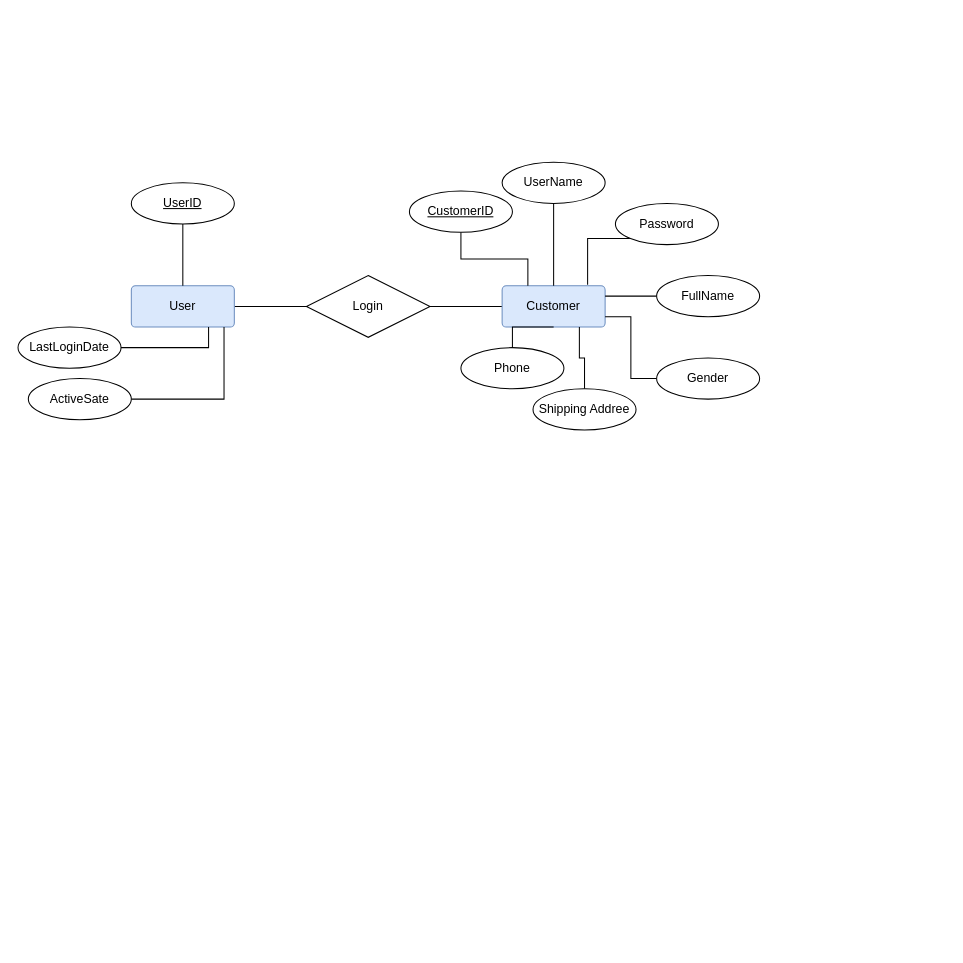
This is Untitled Diagram.drawio from zeinab-hajhosseini/Online-shop-ERD, a draw.io file, before an edit. Source tidied: cells renumbered, new cells numbered last; positions are measured from the earlier drawing's top-left corner, leaving out a move shared by most shapes. Both pictures are drawn from the tidied source at 103%, with x=0, y=0 at pixel (18, 162).
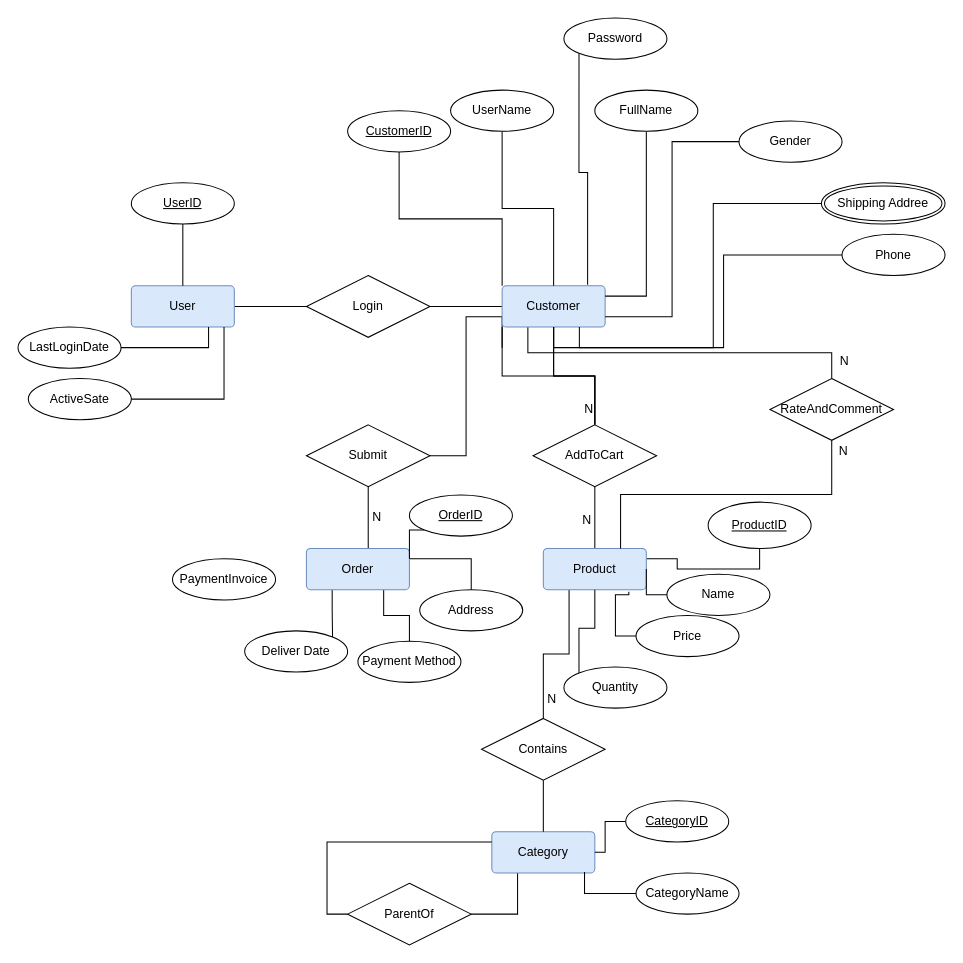
The same diagram, later.

The change refers to these unchanged cells:
```xml
<mxCell id="3" value="Customer" style="rounded=1;arcSize=10;whiteSpace=wrap;html=1;align=center;fillColor=#dae8fc;strokeColor=#6c8ebf;" parent="1" vertex="1">
  <mxGeometry x="470" y="120" width="100" height="40" as="geometry" />
</mxCell>
```

The edit, as a diff of the source:
```diff
@@
+    <mxCell id="27" style="edgeStyle=orthogonalEdgeStyle;rounded=0;jettySize=auto;html=1;exitX=0.5;exitY=1;exitDx=0;exitDy=0;entryX=0;entryY=0.5;entryDx=0;entryDy=0;endArrow=none;endFill=0;" parent="1" edge="1" source="3" target="26">
+      <mxGeometry relative="1" as="geometry" />
+    </mxCell>
+    <mxCell id="28" style="edgeStyle=orthogonalEdgeStyle;rounded=0;jettySize=auto;html=1;exitX=0;exitY=1;exitDx=0;exitDy=0;entryX=0.5;entryY=0;entryDx=0;entryDy=0;endArrow=none;endFill=0;" parent="1" edge="1" source="3" target="36">
+      <mxGeometry relative="1" as="geometry" />
+    </mxCell>
+    <mxCell id="29" style="edgeStyle=orthogonalEdgeStyle;rounded=0;jettySize=auto;html=1;exitX=0;exitY=0.75;exitDx=0;exitDy=0;endArrow=none;endFill=0;" parent="1" edge="1" source="3">
+      <mxGeometry relative="1" as="geometry">
+        <mxPoint x="470" y="180" as="targetPoint" />
+      </mxGeometry>
+    </mxCell>
+    <mxCell id="30" style="edgeStyle=orthogonalEdgeStyle;rounded=0;jettySize=auto;html=1;exitX=0;exitY=0;exitDx=0;exitDy=0;entryX=0.5;entryY=1;entryDx=0;entryDy=0;endArrow=none;endFill=0;" parent="1" edge="1" source="3" target="14">
+      <mxGeometry relative="1" as="geometry" />
+    </mxCell>
+    <mxCell id="31" style="edgeStyle=orthogonalEdgeStyle;rounded=0;jettySize=auto;html=1;exitX=0;exitY=0.75;exitDx=0;exitDy=0;entryX=1;entryY=0.5;entryDx=0;entryDy=0;endArrow=none;endFill=0;" parent="1" edge="1" source="3" target="50">
+      <mxGeometry relative="1" as="geometry" />
+    </mxCell>
+    <mxCell id="32" style="edgeStyle=orthogonalEdgeStyle;rounded=0;jettySize=auto;html=1;exitX=0.25;exitY=1;exitDx=0;exitDy=0;entryX=0.5;entryY=0;entryDx=0;entryDy=0;endArrow=none;endFill=0;" parent="1" edge="1" source="3" target="72">
+      <mxGeometry relative="1" as="geometry" />
+    </mxCell>
@@
-    <mxCell id="13" style="edgeStyle=orthogonalEdgeStyle;rounded=0;jettySize=auto;html=1;exitX=0.5;exitY=1;exitDx=0;exitDy=0;entryX=0.25;entryY=0;entryDx=0;entryDy=0;endArrow=none;endFill=0;" parent="1" edge="1" source="14" target="3">
-      <mxGeometry relative="1" as="geometry" />
-    </mxCell>
     <mxCell id="14" value="CustomerID" style="ellipse;whiteSpace=wrap;html=1;align=center;fontStyle=4;" parent="1" vertex="1">
-      <mxGeometry x="380" y="28" width="100" height="40" as="geometry" />
+      <mxGeometry x="320" y="-50" width="100" height="40" as="geometry" />
     </mxCell>
@@
     <mxCell id="16" value="UserName" style="ellipse;whiteSpace=wrap;html=1;align=center;" parent="1" vertex="1">
-      <mxGeometry x="470" width="100" height="40" as="geometry" />
+      <mxGeometry x="420" y="-70" width="100" height="40" as="geometry" />
     </mxCell>
@@
     <mxCell id="18" value="Password" style="ellipse;whiteSpace=wrap;html=1;align=center;" parent="1" vertex="1">
-      <mxGeometry x="580" y="40" width="100" height="40" as="geometry" />
+      <mxGeometry x="530" y="-140" width="100" height="40" as="geometry" />
     </mxCell>
@@
     <mxCell id="20" value="FullName" style="ellipse;whiteSpace=wrap;html=1;align=center;" parent="1" vertex="1">
-      <mxGeometry x="620" y="110" width="100" height="40" as="geometry" />
+      <mxGeometry x="560" y="-70" width="100" height="40" as="geometry" />
     </mxCell>
@@
     <mxCell id="22" value="Gender" style="ellipse;whiteSpace=wrap;html=1;align=center;fontStyle=0;" parent="1" vertex="1">
-      <mxGeometry x="620" y="190" width="100" height="40" as="geometry" />
+      <mxGeometry x="700" y="-40" width="100" height="40" as="geometry" />
     </mxCell>
+    <mxCell id="26" value="Phone" style="ellipse;whiteSpace=wrap;html=1;align=center;fontStyle=0;" parent="1" vertex="1">
+      <mxGeometry x="800" y="70" width="100" height="40" as="geometry" />
+    </mxCell>
+    <mxCell id="33" style="edgeStyle=orthogonalEdgeStyle;rounded=0;jettySize=auto;html=1;exitX=0.5;exitY=1;exitDx=0;exitDy=0;entryX=0.5;entryY=0;entryDx=0;entryDy=0;endArrow=none;endFill=0;" parent="1" edge="1" source="36" target="39">
+      <mxGeometry relative="1" as="geometry" />
+    </mxCell>
+    <mxCell id="34" style="edgeStyle=orthogonalEdgeStyle;rounded=0;jettySize=auto;html=1;endArrow=none;endFill=0;" parent="1" edge="1" source="36" target="3">
+      <mxGeometry relative="1" as="geometry" />
+    </mxCell>
+    <mxCell id="35" style="edgeStyle=orthogonalEdgeStyle;rounded=0;jettySize=auto;html=1;endArrow=none;endFill=0;" parent="1" edge="1" source="36" target="3">
+      <mxGeometry relative="1" as="geometry" />
+    </mxCell>
+    <mxCell id="36" value="AddToCart" style="shape=rhombus;perimeter=rhombusPerimeter;whiteSpace=wrap;html=1;align=center;" parent="1" vertex="1">
+      <mxGeometry x="500" y="255" width="120" height="60" as="geometry" />
+    </mxCell>
-    <mxCell id="23" style="edgeStyle=orthogonalEdgeStyle;rounded=0;jettySize=auto;html=1;entryX=0.75;entryY=1;entryDx=0;entryDy=0;endArrow=none;endFill=0;" parent="1" edge="1" source="24" target="3">
+    <mxCell id="23" style="edgeStyle=orthogonalEdgeStyle;rounded=0;jettySize=auto;html=1;exitX=0;exitY=0.5;exitDx=0;exitDy=0;entryX=0.75;entryY=1;entryDx=0;entryDy=0;endArrow=none;endFill=0;" parent="1" edge="1" source="24" target="3">
       <mxGeometry relative="1" as="geometry" />
     </mxCell>
-    <mxCell id="24" value="Shipping Addree" style="ellipse;whiteSpace=wrap;html=1;align=center;fontStyle=0;" parent="1" vertex="1">
-      <mxGeometry x="500" y="220" width="100" height="40" as="geometry" />
+    <mxCell id="24" value="Shipping Addree" style="ellipse;shape=doubleEllipse;margin=3;whiteSpace=wrap;html=1;align=center;" parent="1" vertex="1">
+      <mxGeometry x="780" y="20" width="120" height="40" as="geometry" />
     </mxCell>
-    <mxCell id="25" style="edgeStyle=orthogonalEdgeStyle;rounded=0;jettySize=auto;html=1;exitX=0.5;exitY=0;exitDx=0;exitDy=0;endArrow=none;endFill=0;" parent="1" edge="1" source="26" target="3">
-      <mxGeometry relative="1" as="geometry" />
-    </mxCell>
-    <mxCell id="26" value="Phone" style="ellipse;whiteSpace=wrap;html=1;align=center;fontStyle=0;" parent="1" vertex="1">
-      <mxGeometry x="430" y="180" width="100" height="40" as="geometry" />
-    </mxCell>
+    <mxCell id="37" style="edgeStyle=orthogonalEdgeStyle;rounded=0;jettySize=auto;html=1;exitX=0.25;exitY=1;exitDx=0;exitDy=0;endArrow=none;endFill=0;" parent="1" edge="1" source="39" target="65">
+      <mxGeometry relative="1" as="geometry" />
+    </mxCell>
+    <mxCell id="38" style="edgeStyle=orthogonalEdgeStyle;rounded=0;jettySize=auto;html=1;exitX=1;exitY=0.25;exitDx=0;exitDy=0;entryX=0.5;entryY=1;entryDx=0;entryDy=0;endArrow=none;endFill=0;" parent="1" edge="1" source="39" target="42">
+      <mxGeometry relative="1" as="geometry" />
+    </mxCell>
+    <mxCell id="39" value="Product" style="rounded=1;arcSize=10;whiteSpace=wrap;html=1;align=center;fillColor=#dae8fc;strokeColor=#6c8ebf;" parent="1" vertex="1">
+      <mxGeometry x="510" y="375" width="100" height="40" as="geometry" />
+    </mxCell>
+    <mxCell id="40" value="N" style="html=1;align=right;verticalAlign=bottom;" parent="1" vertex="1">
+      <mxGeometry x="550" y="355" as="geometry">
+        <mxPoint x="7" y="1" as="offset" />
+      </mxGeometry>
+    </mxCell>
+    <mxCell id="41" value="N" style="html=1;align=right;verticalAlign=bottom;" parent="1" vertex="1">
+      <mxGeometry x="360" y="343" as="geometry">
+        <mxPoint x="-7" y="10" as="offset" />
+      </mxGeometry>
+    </mxCell>
+    <mxCell id="42" value="ProductID" style="ellipse;whiteSpace=wrap;html=1;align=center;fontStyle=4;" parent="1" vertex="1">
+      <mxGeometry x="670" y="330" width="100" height="45" as="geometry" />
+    </mxCell>
+    <mxCell id="43" style="edgeStyle=orthogonalEdgeStyle;rounded=0;jettySize=auto;html=1;exitX=0;exitY=0.5;exitDx=0;exitDy=0;entryX=1;entryY=0.5;entryDx=0;entryDy=0;endArrow=none;endFill=0;" parent="1" edge="1" source="44" target="39">
+      <mxGeometry relative="1" as="geometry" />
+    </mxCell>
+    <mxCell id="44" value="Name" style="ellipse;whiteSpace=wrap;html=1;align=center;" parent="1" vertex="1">
+      <mxGeometry x="630" y="400" width="100" height="40" as="geometry" />
+    </mxCell>
+    <mxCell id="45" style="edgeStyle=orthogonalEdgeStyle;rounded=0;jettySize=auto;html=1;exitX=0;exitY=0.5;exitDx=0;exitDy=0;entryX=0.83;entryY=1.05;entryDx=0;entryDy=0;entryPerimeter=0;endArrow=none;endFill=0;" parent="1" edge="1" source="46" target="39">
+      <mxGeometry relative="1" as="geometry" />
+    </mxCell>
+    <mxCell id="46" value="Price" style="ellipse;whiteSpace=wrap;html=1;align=center;" parent="1" vertex="1">
+      <mxGeometry x="600" y="440" width="100" height="40" as="geometry" />
+    </mxCell>
+    <mxCell id="47" style="edgeStyle=orthogonalEdgeStyle;rounded=0;jettySize=auto;html=1;exitX=0;exitY=0;exitDx=0;exitDy=0;endArrow=none;endFill=0;" parent="1" edge="1" source="48" target="39">
+      <mxGeometry relative="1" as="geometry" />
+    </mxCell>
+    <mxCell id="48" value="Quantity" style="ellipse;whiteSpace=wrap;html=1;align=center;" parent="1" vertex="1">
+      <mxGeometry x="530" y="490" width="100" height="40" as="geometry" />
+    </mxCell>
+    <mxCell id="49" style="edgeStyle=orthogonalEdgeStyle;rounded=0;jettySize=auto;html=1;exitX=0.5;exitY=1;exitDx=0;exitDy=0;entryX=0.6;entryY=0.025;entryDx=0;entryDy=0;entryPerimeter=0;endArrow=none;endFill=0;" parent="1" edge="1" source="50" target="54">
+      <mxGeometry relative="1" as="geometry" />
+    </mxCell>
+    <mxCell id="50" value="Submit" style="shape=rhombus;perimeter=rhombusPerimeter;whiteSpace=wrap;html=1;align=center;" parent="1" vertex="1">
+      <mxGeometry x="280" y="255" width="120" height="60" as="geometry" />
+    </mxCell>
+    <mxCell id="51" style="edgeStyle=orthogonalEdgeStyle;rounded=0;jettySize=auto;html=1;exitX=1;exitY=0.25;exitDx=0;exitDy=0;entryX=0.5;entryY=0;entryDx=0;entryDy=0;endArrow=none;endFill=0;" parent="1" edge="1" source="54" target="58">
+      <mxGeometry relative="1" as="geometry" />
+    </mxCell>
+    <mxCell id="52" style="edgeStyle=orthogonalEdgeStyle;rounded=0;jettySize=auto;html=1;exitX=0.75;exitY=1;exitDx=0;exitDy=0;entryX=0.5;entryY=0;entryDx=0;entryDy=0;endArrow=none;endFill=0;" parent="1" edge="1" source="54" target="59">
+      <mxGeometry relative="1" as="geometry" />
+    </mxCell>
+    <mxCell id="53" style="edgeStyle=orthogonalEdgeStyle;rounded=0;jettySize=auto;html=1;exitX=0.25;exitY=1;exitDx=0;exitDy=0;entryX=1;entryY=0;entryDx=0;entryDy=0;endArrow=none;endFill=0;" parent="1" edge="1" source="54" target="60">
+      <mxGeometry relative="1" as="geometry" />
+    </mxCell>
+    <mxCell id="54" value="Order" style="rounded=1;arcSize=10;whiteSpace=wrap;html=1;align=center;fillColor=#dae8fc;strokeColor=#6c8ebf;" parent="1" vertex="1">
+      <mxGeometry x="280" y="375" width="100" height="40" as="geometry" />
+    </mxCell>
+    <mxCell id="55" value="N" style="html=1;align=right;verticalAlign=bottom;" parent="1" vertex="1">
+      <mxGeometry x="550" y="240" as="geometry">
+        <mxPoint x="9" y="8" as="offset" />
+      </mxGeometry>
+    </mxCell>
+    <mxCell id="56" style="edgeStyle=orthogonalEdgeStyle;rounded=0;jettySize=auto;html=1;exitX=0;exitY=1;exitDx=0;exitDy=0;entryX=1;entryY=0.25;entryDx=0;entryDy=0;endArrow=none;endFill=0;" parent="1" edge="1" source="57" target="54">
+      <mxGeometry relative="1" as="geometry" />
+    </mxCell>
+    <mxCell id="57" value="OrderID" style="ellipse;whiteSpace=wrap;html=1;align=center;fontStyle=4;" parent="1" vertex="1">
+      <mxGeometry x="380" y="323" width="100" height="40" as="geometry" />
+    </mxCell>
+    <mxCell id="58" value="Address" style="ellipse;whiteSpace=wrap;html=1;align=center;" parent="1" vertex="1">
+      <mxGeometry x="390" y="415" width="100" height="40" as="geometry" />
+    </mxCell>
+    <mxCell id="59" value="Payment Method" style="ellipse;whiteSpace=wrap;html=1;align=center;" parent="1" vertex="1">
+      <mxGeometry x="330" y="465" width="100" height="40" as="geometry" />
+    </mxCell>
+    <mxCell id="60" value="&lt;div&gt;Deliver Date&lt;/div&gt;" style="ellipse;whiteSpace=wrap;html=1;align=center;" parent="1" vertex="1">
+      <mxGeometry x="220" y="455" width="100" height="40" as="geometry" />
+    </mxCell>
+    <mxCell id="61" value="PaymentInvoice" style="ellipse;whiteSpace=wrap;html=1;align=center;" parent="1" vertex="1">
+      <mxGeometry x="150" y="385" width="100" height="40" as="geometry" />
+    </mxCell>
+    <mxCell id="62" style="edgeStyle=orthogonalEdgeStyle;rounded=0;jettySize=auto;html=1;exitX=0.25;exitY=1;exitDx=0;exitDy=0;entryX=1;entryY=0.5;entryDx=0;entryDy=0;endArrow=none;endFill=0;" parent="1" edge="1" source="63" target="76">
+      <mxGeometry relative="1" as="geometry" />
+    </mxCell>
+    <mxCell id="63" value="Category" style="rounded=1;arcSize=10;whiteSpace=wrap;html=1;align=center;fillColor=#dae8fc;strokeColor=#6c8ebf;" parent="1" vertex="1">
+      <mxGeometry x="460" y="650" width="100" height="40" as="geometry" />
+    </mxCell>
+    <mxCell id="64" style="edgeStyle=orthogonalEdgeStyle;rounded=0;jettySize=auto;html=1;exitX=0.5;exitY=1;exitDx=0;exitDy=0;entryX=0.5;entryY=0;entryDx=0;entryDy=0;endArrow=none;endFill=0;" parent="1" edge="1" source="65" target="63">
+      <mxGeometry relative="1" as="geometry" />
+    </mxCell>
+    <mxCell id="65" value="Contains" style="shape=rhombus;perimeter=rhombusPerimeter;whiteSpace=wrap;html=1;align=center;" parent="1" vertex="1">
+      <mxGeometry x="450" y="540" width="120" height="60" as="geometry" />
+    </mxCell>
+    <mxCell id="66" value="N" style="html=1;align=right;verticalAlign=bottom;" parent="1" vertex="1">
+      <mxGeometry x="530" y="520" as="geometry">
+        <mxPoint x="-7" y="10" as="offset" />
+      </mxGeometry>
+    </mxCell>
+    <mxCell id="67" style="edgeStyle=orthogonalEdgeStyle;rounded=0;jettySize=auto;html=1;exitX=0;exitY=0.5;exitDx=0;exitDy=0;entryX=1;entryY=0.5;entryDx=0;entryDy=0;endArrow=none;endFill=0;" parent="1" edge="1" source="68" target="63">
+      <mxGeometry relative="1" as="geometry" />
+    </mxCell>
+    <mxCell id="68" value="CategoryID" style="ellipse;whiteSpace=wrap;html=1;align=center;fontStyle=4;" parent="1" vertex="1">
+      <mxGeometry x="590" y="620" width="100" height="40" as="geometry" />
+    </mxCell>
+    <mxCell id="69" style="edgeStyle=orthogonalEdgeStyle;rounded=0;jettySize=auto;html=1;exitX=0;exitY=0.5;exitDx=0;exitDy=0;entryX=0.9;entryY=0.975;entryDx=0;entryDy=0;entryPerimeter=0;endArrow=none;endFill=0;" parent="1" edge="1" source="70" target="63">
+      <mxGeometry relative="1" as="geometry" />
+    </mxCell>
+    <mxCell id="70" value="&lt;div&gt;CategoryName&lt;/div&gt;" style="ellipse;whiteSpace=wrap;html=1;align=center;" parent="1" vertex="1">
+      <mxGeometry x="600" y="690" width="100" height="40" as="geometry" />
+    </mxCell>
+    <mxCell id="71" style="edgeStyle=orthogonalEdgeStyle;rounded=0;jettySize=auto;html=1;exitX=0.5;exitY=1;exitDx=0;exitDy=0;entryX=0.75;entryY=0;entryDx=0;entryDy=0;endArrow=none;endFill=0;" parent="1" edge="1" source="72" target="39">
+      <mxGeometry relative="1" as="geometry" />
+    </mxCell>
+    <mxCell id="72" value="RateAndComment" style="shape=rhombus;perimeter=rhombusPerimeter;whiteSpace=wrap;html=1;align=center;" parent="1" vertex="1">
+      <mxGeometry x="730" y="210" width="120" height="60" as="geometry" />
+    </mxCell>
+    <mxCell id="73" value="N" style="html=1;align=right;verticalAlign=bottom;" parent="1" vertex="1">
+      <mxGeometry x="800" y="200" as="geometry">
+        <mxPoint x="7" y="1" as="offset" />
+      </mxGeometry>
+    </mxCell>
+    <mxCell id="74" value="N" style="html=1;align=right;verticalAlign=bottom;" parent="1" vertex="1">
+      <mxGeometry x="570" y="375" as="geometry">
+        <mxPoint x="236" y="-86" as="offset" />
+      </mxGeometry>
+    </mxCell>
+    <mxCell id="75" style="edgeStyle=orthogonalEdgeStyle;rounded=0;jettySize=auto;html=1;exitX=0;exitY=0.5;exitDx=0;exitDy=0;entryX=0;entryY=0.25;entryDx=0;entryDy=0;endArrow=none;endFill=0;" parent="1" edge="1" source="76" target="63">
+      <mxGeometry relative="1" as="geometry" />
+    </mxCell>
+    <mxCell id="76" value="ParentOf" style="shape=rhombus;perimeter=rhombusPerimeter;whiteSpace=wrap;html=1;align=center;" parent="1" vertex="1">
+      <mxGeometry x="320" y="700" width="120" height="60" as="geometry" />
+    </mxCell>
```
